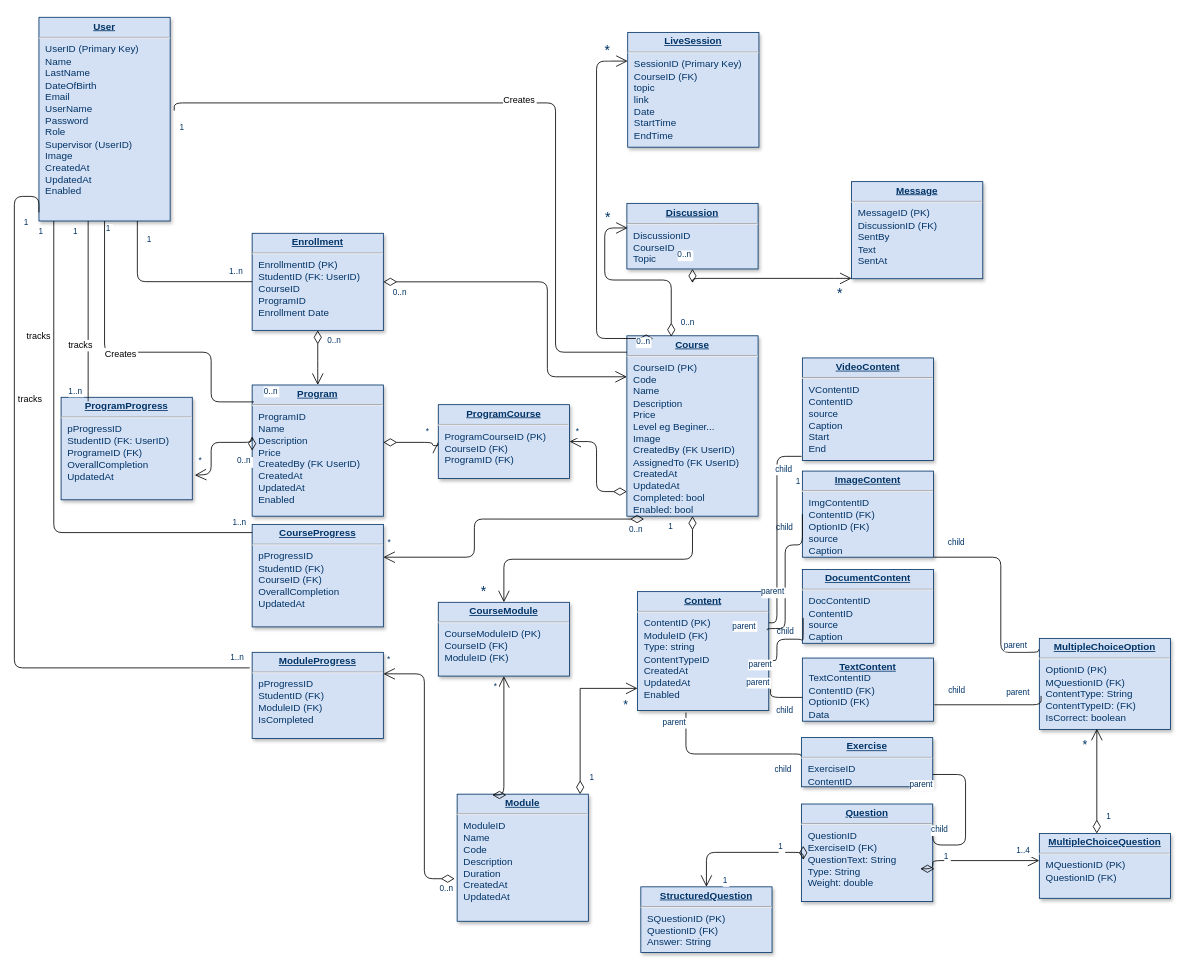
kingshowa/PFE_E-learning keeps this draw.io diagram as Diagrams/Database.drawio. Above is the earlier version. Source tidied: cells renumbered, new cells numbered last; positions are measured from the earlier drawing's top-left corner, leaving out a move shared by most shapes. Both pictures are drawn from the tidied source at 82%, with x=0, y=0 at pixel (14, 17).
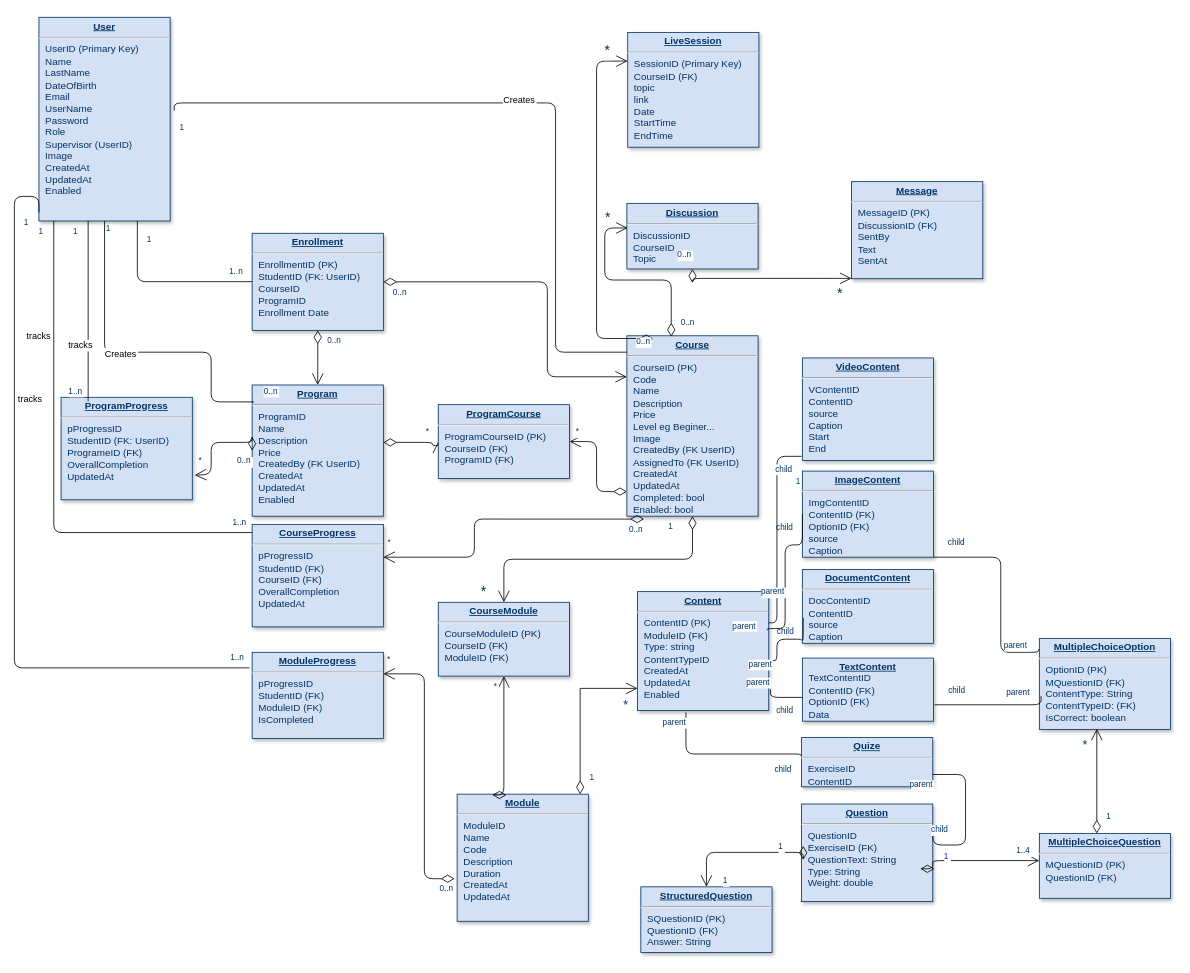
The same diagram, later.

What changed in the source:
```diff
@@
-    <mxCell id="32" value="&lt;p style=&quot;margin: 0px ; margin-top: 4px ; text-align: center ; text-decoration: underline&quot;&gt;&lt;b&gt;Exercise&lt;/b&gt;&lt;/p&gt;&lt;hr&gt;&lt;p style=&quot;margin: 0px 0px 0px 8px;&quot;&gt;ExerciseID&lt;/p&gt;&lt;p style=&quot;margin: 0px 0px 0px 8px;&quot;&gt;ContentID&lt;/p&gt;" style="verticalAlign=top;align=left;overflow=fill;fontSize=12;fontFamily=Helvetica;html=1;strokeColor=#003366;shadow=1;fillColor=#D4E1F5;fontColor=#003366;" parent="1" vertex="1">
+    <mxCell id="32" value="&lt;p style=&quot;margin: 0px ; margin-top: 4px ; text-align: center ; text-decoration: underline&quot;&gt;&lt;b&gt;Quize&lt;/b&gt;&lt;/p&gt;&lt;hr&gt;&lt;p style=&quot;margin: 0px 0px 0px 8px;&quot;&gt;ExerciseID&lt;/p&gt;&lt;p style=&quot;margin: 0px 0px 0px 8px;&quot;&gt;ContentID&lt;/p&gt;" style="verticalAlign=top;align=left;overflow=fill;fontSize=12;fontFamily=Helvetica;html=1;strokeColor=#003366;shadow=1;fillColor=#D4E1F5;fontColor=#003366;" parent="1" vertex="1">
       <mxGeometry x="960" y="878" width="160" height="60" as="geometry" />
     </mxCell>
```
